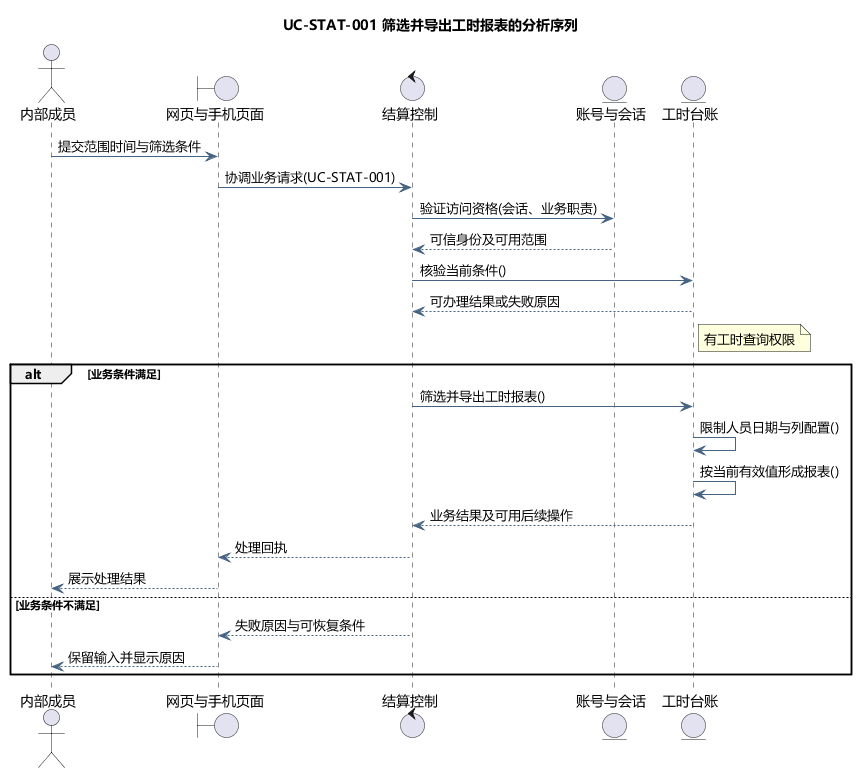
This is docs/diagrams/analysis/seq-uc-stat-001.png from tccc1csu/miniprogram-csu, a PlantUML export, as it was before one commit.
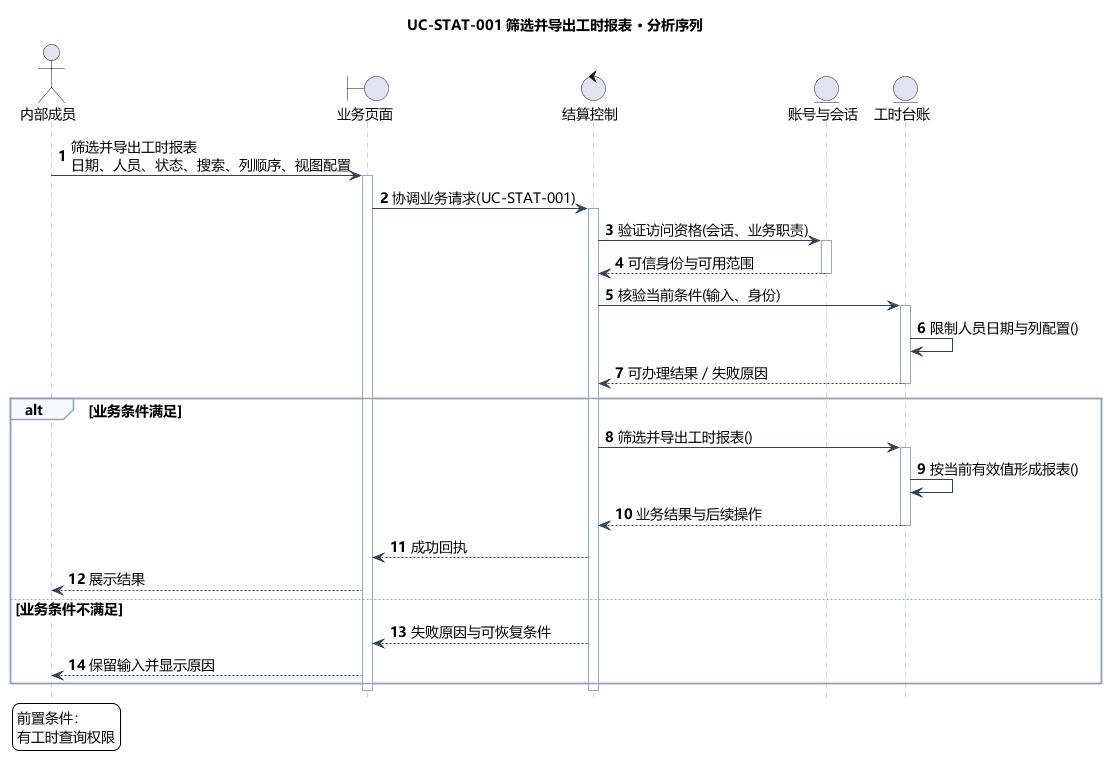
After the commit.

What changed in the source:
```diff
@@ -5,31 +5,51 @@
 skinparam ArrowColor #466482
 skinparam classAttributeIconSize 0
 hide empty members
-title UC-STAT-001 筛选并导出工时报表的分析序列
+skinparam defaultFontSize 14
+skinparam sequenceLifeLineBorderColor #9AA8B8
+skinparam sequenceArrowColor #334155
+skinparam sequenceGroupBorderColor #94A3B8
+skinparam sequenceGroupBackgroundColor #F8FAFC
+skinparam sequenceParticipantPadding 18
+skinparam maxMessageSize 240
+hide footbox
+autonumber
+title UC-STAT-001 筛选并导出工时报表 · 分析序列
 actor "内部成员" as actor
-boundary "网页与手机页面" as page
+boundary "业务页面" as page
 control "结算控制" as ctl
 entity "账号与会话" as identity
 entity "工时台账" as model
-actor -> page : 提交范围时间与筛选条件
+actor -> page : 筛选并导出工时报表\n日期、人员、状态、搜索、列顺序、视图配置
+activate page
 page -> ctl : 协调业务请求(UC-STAT-001)
+activate ctl
 ctl -> identity : 验证访问资格(会话、业务职责)
-identity --> ctl : 可信身份及可用范围
-ctl -> model : 核验当前条件()
-model --> ctl : 可办理结果或失败原因
-note right of model
-有工时查询权限
-end note
+activate identity
+identity --> ctl : 可信身份与可用范围
+deactivate identity
+ctl -> model : 核验当前条件(输入、身份)
+activate model
+model -> model : 限制人员日期与列配置()
+model --> ctl : 可办理结果／失败原因
+deactivate model
 alt 业务条件满足
 ctl -> model : 筛选并导出工时报表()
-model -> model : 限制人员日期与列配置()
+activate model
 model -> model : 按当前有效值形成报表()
-model --> ctl : 业务结果及可用后续操作
-ctl --> page : 处理回执
-page --> actor : 展示处理结果
+model --> ctl : 业务结果与后续操作
+deactivate model
+ctl --> page : 成功回执
+page --> actor : 展示结果
 else 业务条件不满足
 ctl --> page : 失败原因与可恢复条件
 page --> actor : 保留输入并显示原因
 end
+deactivate ctl
+deactivate page
+legend bottom left
+前置条件：
+有工时查询权限
+endlegend
 
 @enduml
```
